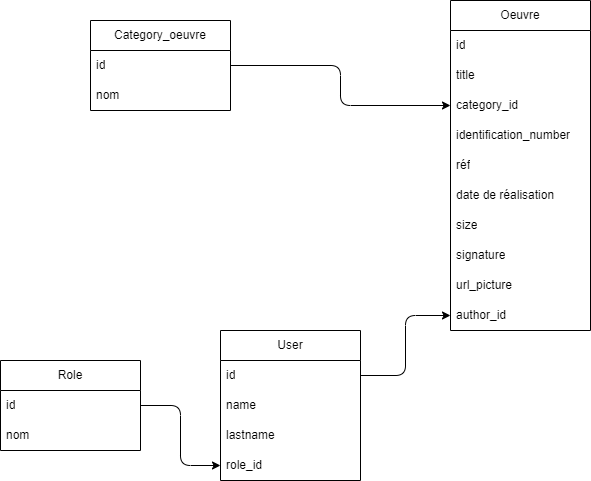
gregoirelef/DehelGalerie keeps this draw.io diagram as doc/MLD.png. Above is the earlier version. Source tidied: cells renumbered, new cells last; positions are measured from the earlier drawing's top-left corner, leaving out a move shared by most shapes.
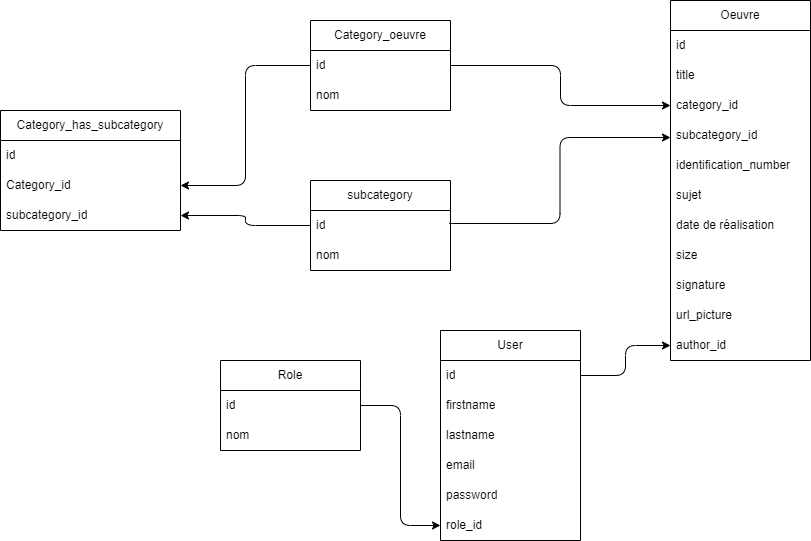
The same file after the commit.

The edit, as a diff of the source:
```diff
@@ -12,22 +12,28 @@
       <mxGeometry y="60" width="140" height="30" as="geometry" />
     </mxCell>
     <mxCell id="5" value="User" style="swimlane;fontStyle=0;horizontal=1;startSize=30;whiteSpace=wrap;html=1;" parent="1" vertex="1">
-      <mxGeometry x="220" y="330" width="140" height="150" as="geometry" />
+      <mxGeometry x="220" y="330" width="140" height="210" as="geometry" />
     </mxCell>
     <mxCell id="6" value="id" style="text;strokeColor=none;fillColor=none;align=left;verticalAlign=middle;spacingLeft=4;spacingRight=4;overflow=hidden;points=[[0,0.5],[1,0.5]];portConstraint=eastwest;whiteSpace=wrap;html=1;" parent="5" vertex="1">
       <mxGeometry y="30" width="140" height="30" as="geometry" />
     </mxCell>
-    <mxCell id="7" value="name" style="text;strokeColor=none;fillColor=none;align=left;verticalAlign=middle;spacingLeft=4;spacingRight=4;overflow=hidden;whiteSpace=wrap;html=1;" parent="5" vertex="1">
+    <mxCell id="7" value="firstname" style="text;strokeColor=none;fillColor=none;align=left;verticalAlign=middle;spacingLeft=4;spacingRight=4;overflow=hidden;whiteSpace=wrap;html=1;" parent="5" vertex="1">
       <mxGeometry y="60" width="140" height="30" as="geometry" />
     </mxCell>
     <mxCell id="8" value="lastname" style="text;strokeColor=none;fillColor=none;align=left;verticalAlign=middle;spacingLeft=4;spacingRight=4;overflow=hidden;whiteSpace=wrap;html=1;" parent="5" vertex="1">
       <mxGeometry y="90" width="140" height="30" as="geometry" />
     </mxCell>
+    <mxCell id="27" value="email" style="text;strokeColor=none;fillColor=none;align=left;verticalAlign=middle;spacingLeft=4;spacingRight=4;overflow=hidden;whiteSpace=wrap;html=1;" parent="5" vertex="1">
+      <mxGeometry y="120" width="140" height="30" as="geometry" />
+    </mxCell>
+    <mxCell id="28" value="password" style="text;strokeColor=none;fillColor=none;align=left;verticalAlign=middle;spacingLeft=4;spacingRight=4;overflow=hidden;whiteSpace=wrap;html=1;" parent="5" vertex="1">
+      <mxGeometry y="150" width="140" height="30" as="geometry" />
+    </mxCell>
     <mxCell id="9" value="role_id" style="text;strokeColor=none;fillColor=none;align=left;verticalAlign=middle;spacingLeft=4;spacingRight=4;overflow=hidden;points=[[0,0.5],[1,0.5]];portConstraint=eastwest;whiteSpace=wrap;html=1;" parent="5" vertex="1">
-      <mxGeometry y="120" width="140" height="30" as="geometry" />
+      <mxGeometry y="180" width="140" height="30" as="geometry" />
     </mxCell>
     <mxCell id="10" value="Oeuvre" style="swimlane;fontStyle=0;horizontal=1;startSize=30;whiteSpace=wrap;html=1;" parent="1" vertex="1">
-      <mxGeometry x="450" width="140" height="330" as="geometry" />
+      <mxGeometry x="450" width="140" height="360" as="geometry" />
     </mxCell>
     <mxCell id="11" value="id" style="text;strokeColor=none;fillColor=none;align=left;verticalAlign=middle;spacingLeft=4;spacingRight=4;overflow=hidden;whiteSpace=wrap;html=1;" parent="10" vertex="1">
       <mxGeometry y="30" width="140" height="30" as="geometry" />
@@ -38,26 +44,29 @@
     <mxCell id="13" value="category_id" style="text;strokeColor=none;fillColor=none;align=left;verticalAlign=middle;spacingLeft=4;spacingRight=4;overflow=hidden;points=[[0,0.5],[1,0.5]];portConstraint=eastwest;whiteSpace=wrap;html=1;" parent="10" vertex="1">
       <mxGeometry y="90" width="140" height="30" as="geometry" />
     </mxCell>
+    <mxCell id="29" value="subcategory_id" style="text;strokeColor=none;fillColor=none;align=left;verticalAlign=middle;spacingLeft=4;spacingRight=4;overflow=hidden;whiteSpace=wrap;html=1;" parent="10" vertex="1">
+      <mxGeometry y="120" width="140" height="30" as="geometry" />
+    </mxCell>
     <mxCell id="14" value="identification_number" style="text;strokeColor=none;fillColor=none;align=left;verticalAlign=middle;spacingLeft=4;spacingRight=4;overflow=hidden;whiteSpace=wrap;html=1;" parent="10" vertex="1">
-      <mxGeometry y="120" width="140" height="30" as="geometry" />
+      <mxGeometry y="150" width="140" height="30" as="geometry" />
     </mxCell>
-    <mxCell id="15" value="réf" style="text;strokeColor=none;fillColor=none;align=left;verticalAlign=middle;spacingLeft=4;spacingRight=4;overflow=hidden;whiteSpace=wrap;html=1;" parent="10" vertex="1">
-      <mxGeometry y="150" width="140" height="30" as="geometry" />
+    <mxCell id="15" value="sujet" style="text;strokeColor=none;fillColor=none;align=left;verticalAlign=middle;spacingLeft=4;spacingRight=4;overflow=hidden;whiteSpace=wrap;html=1;" parent="10" vertex="1">
+      <mxGeometry y="180" width="140" height="30" as="geometry" />
     </mxCell>
     <mxCell id="16" value="date de réalisation" style="text;strokeColor=none;fillColor=none;align=left;verticalAlign=middle;spacingLeft=4;spacingRight=4;overflow=hidden;whiteSpace=wrap;html=1;" parent="10" vertex="1">
-      <mxGeometry y="180" width="140" height="30" as="geometry" />
+      <mxGeometry y="210" width="140" height="30" as="geometry" />
     </mxCell>
     <mxCell id="17" value="size" style="text;strokeColor=none;fillColor=none;align=left;verticalAlign=middle;spacingLeft=4;spacingRight=4;overflow=hidden;whiteSpace=wrap;html=1;" parent="10" vertex="1">
-      <mxGeometry y="210" width="140" height="30" as="geometry" />
+      <mxGeometry y="240" width="140" height="30" as="geometry" />
     </mxCell>
     <mxCell id="18" value="signature" style="text;strokeColor=none;fillColor=none;align=left;verticalAlign=middle;spacingLeft=4;spacingRight=4;overflow=hidden;whiteSpace=wrap;html=1;" parent="10" vertex="1">
-      <mxGeometry y="240" width="140" height="30" as="geometry" />
+      <mxGeometry y="270" width="140" height="30" as="geometry" />
     </mxCell>
     <mxCell id="19" value="url_picture" style="text;strokeColor=none;fillColor=none;align=left;verticalAlign=middle;spacingLeft=4;spacingRight=4;overflow=hidden;whiteSpace=wrap;html=1;" parent="10" vertex="1">
-      <mxGeometry y="270" width="140" height="30" as="geometry" />
+      <mxGeometry y="300" width="140" height="30" as="geometry" />
     </mxCell>
     <mxCell id="20" value="author_id" style="text;strokeColor=none;fillColor=none;align=left;verticalAlign=middle;spacingLeft=4;spacingRight=4;overflow=hidden;points=[[0,0.5],[1,0.5]];portConstraint=eastwest;whiteSpace=wrap;html=1;" parent="10" vertex="1">
-      <mxGeometry y="300" width="140" height="30" as="geometry" />
+      <mxGeometry y="330" width="140" height="30" as="geometry" />
     </mxCell>
     <mxCell id="21" value="Category_oeuvre" style="swimlane;fontStyle=0;horizontal=1;startSize=30;whiteSpace=wrap;html=1;" parent="1" vertex="1">
       <mxGeometry x="90" y="20" width="140" height="90" as="geometry" />
@@ -77,5 +86,43 @@
     <mxCell id="26" style="edgeStyle=orthogonalEdgeStyle;html=1;exitX=1;exitY=0.5;exitDx=0;exitDy=0;entryX=0;entryY=0.5;entryDx=0;entryDy=0;" parent="1" edge="1" source="6" target="20">
       <mxGeometry relative="1" as="geometry" />
     </mxCell>
+    <mxCell id="30" value="subcategory" style="swimlane;fontStyle=0;horizontal=1;startSize=30;whiteSpace=wrap;html=1;" parent="1" vertex="1">
+      <mxGeometry x="90" y="180" width="140" height="90" as="geometry" />
+    </mxCell>
+    <mxCell id="31" value="id" style="text;strokeColor=none;fillColor=none;align=left;verticalAlign=middle;spacingLeft=4;spacingRight=4;overflow=hidden;points=[[0,0.5],[1,0.5]];portConstraint=eastwest;whiteSpace=wrap;html=1;" parent="30" vertex="1">
+      <mxGeometry y="30" width="140" height="30" as="geometry" />
+    </mxCell>
+    <mxCell id="32" value="nom" style="text;strokeColor=none;fillColor=none;align=left;verticalAlign=middle;spacingLeft=4;spacingRight=4;overflow=hidden;whiteSpace=wrap;html=1;" parent="30" vertex="1">
+      <mxGeometry y="60" width="140" height="30" as="geometry" />
+    </mxCell>
+    <mxCell id="33" style="edgeStyle=orthogonalEdgeStyle;html=1;exitX=1;exitY=0.5;exitDx=0;exitDy=0;entryX=0;entryY=0.5;entryDx=0;entryDy=0;" parent="1" edge="1">
+      <mxGeometry relative="1" as="geometry">
+        <mxPoint x="229.5" y="222" as="sourcePoint" />
+        <mxPoint x="450" y="137" as="targetPoint" />
+        <Array as="points">
+          <mxPoint x="229.5" y="223" />
+          <mxPoint x="339.5" y="223" />
+          <mxPoint x="339.5" y="137" />
+        </Array>
+      </mxGeometry>
+    </mxCell>
+    <mxCell id="34" value="&lt;span style=&quot;color: rgb(0, 0, 0);&quot;&gt;Category_has_&lt;/span&gt;subcategory" style="swimlane;fontStyle=0;horizontal=1;startSize=30;whiteSpace=wrap;html=1;" parent="1" vertex="1">
+      <mxGeometry x="-220" y="110" width="180" height="120" as="geometry" />
+    </mxCell>
+    <mxCell id="35" value="id" style="text;strokeColor=none;fillColor=none;align=left;verticalAlign=middle;spacingLeft=4;spacingRight=4;overflow=hidden;whiteSpace=wrap;html=1;" parent="34" vertex="1">
+      <mxGeometry y="30" width="180" height="30" as="geometry" />
+    </mxCell>
+    <mxCell id="36" value="&lt;span style=&quot;color: rgb(0, 0, 0); text-align: center;&quot;&gt;Category_id&lt;/span&gt;" style="text;strokeColor=none;fillColor=none;align=left;verticalAlign=middle;spacingLeft=4;spacingRight=4;overflow=hidden;points=[[0,0.5],[1,0.5]];portConstraint=eastwest;whiteSpace=wrap;html=1;" parent="34" vertex="1">
+      <mxGeometry y="60" width="180" height="30" as="geometry" />
+    </mxCell>
+    <mxCell id="37" value="&lt;span style=&quot;color: rgb(0, 0, 0); text-align: center;&quot;&gt;&lt;span style=&quot;color: rgb(0, 0, 0);&quot;&gt;subcategory&lt;/span&gt;_id&lt;/span&gt;" style="text;strokeColor=none;fillColor=none;align=left;verticalAlign=middle;spacingLeft=4;spacingRight=4;overflow=hidden;points=[[0,0.5],[1,0.5]];portConstraint=eastwest;whiteSpace=wrap;html=1;" parent="34" vertex="1">
+      <mxGeometry y="90" width="180" height="30" as="geometry" />
+    </mxCell>
+    <mxCell id="38" style="endArrow=classic;html=1;entryX=1;entryY=0.5;entryDx=0;entryDy=0;exitX=0;exitY=0.5;exitDx=0;exitDy=0;edgeStyle=orthogonalEdgeStyle;" parent="1" edge="1" source="31" target="37">
+      <mxGeometry relative="1" as="geometry" />
+    </mxCell>
+    <mxCell id="39" style="endArrow=classic;html=1;entryX=1;entryY=0.5;entryDx=0;entryDy=0;exitX=0;exitY=0.5;exitDx=0;exitDy=0;edgeStyle=orthogonalEdgeStyle;" parent="1" edge="1" source="22" target="36">
+      <mxGeometry relative="1" as="geometry" />
+    </mxCell>
   </root>
 </mxGraphModel>
```
